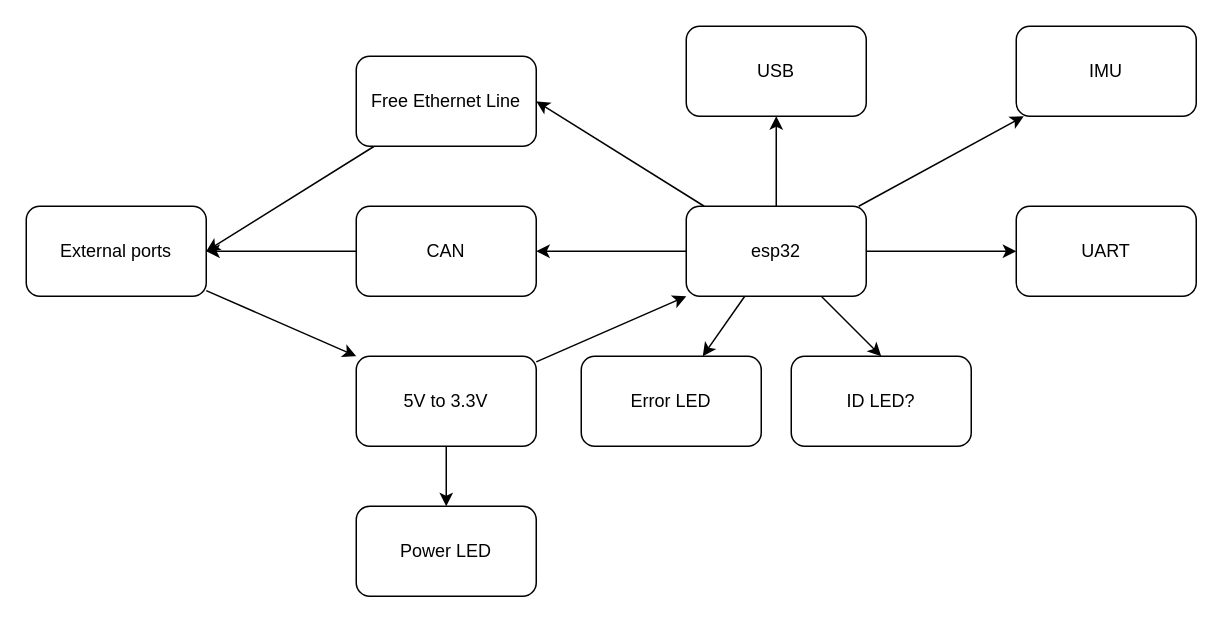
The draw.io diagram ACE 2027/BIMU/IMU.drawio in robotique-udes/Exo_Electric, before the edit. Source tidied: cells renumbered, new cells numbered last; positions are measured from the earlier drawing's top-left corner, leaving out a move shared by most shapes. Both pictures are drawn from the tidied source at 150%, with x=0, y=0 at pixel (26, 26).
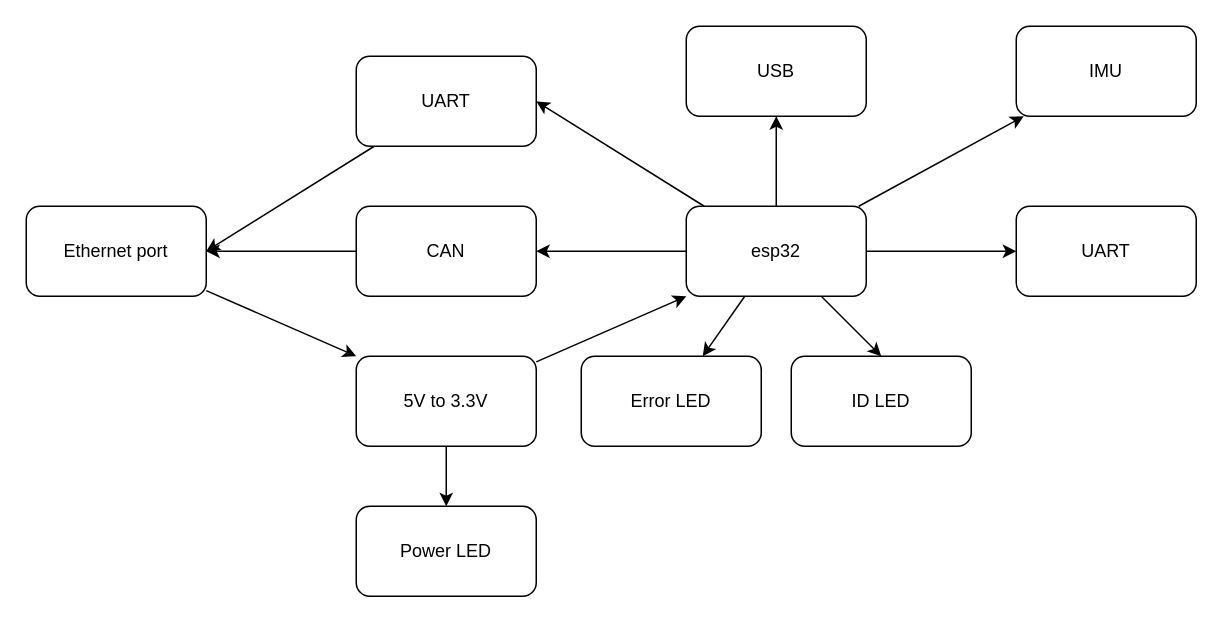
Above is the later version.

The edit, as a diff of the source:
```diff
@@
-    <mxCell id="18" value="External ports" style="rounded=1;whiteSpace=wrap;html=1;" parent="1" vertex="1">
+    <mxCell id="18" value="Ethernet port" style="rounded=1;whiteSpace=wrap;html=1;" parent="1" vertex="1">
       <mxGeometry y="120" width="120" height="60" as="geometry" />
     </mxCell>
@@
-    <mxCell id="21" value="Free Ethernet Line" style="rounded=1;whiteSpace=wrap;html=1;" parent="1" vertex="1">
+    <mxCell id="21" value="UART" style="rounded=1;whiteSpace=wrap;html=1;" parent="1" vertex="1">
       <mxGeometry x="220" y="20" width="120" height="60" as="geometry" />
     </mxCell>
@@
-    <mxCell id="24" value="ID LED?" style="rounded=1;whiteSpace=wrap;html=1;" parent="1" vertex="1">
+    <mxCell id="24" value="ID LED" style="rounded=1;whiteSpace=wrap;html=1;" parent="1" vertex="1">
       <mxGeometry x="510" y="220" width="120" height="60" as="geometry" />
     </mxCell>
```
